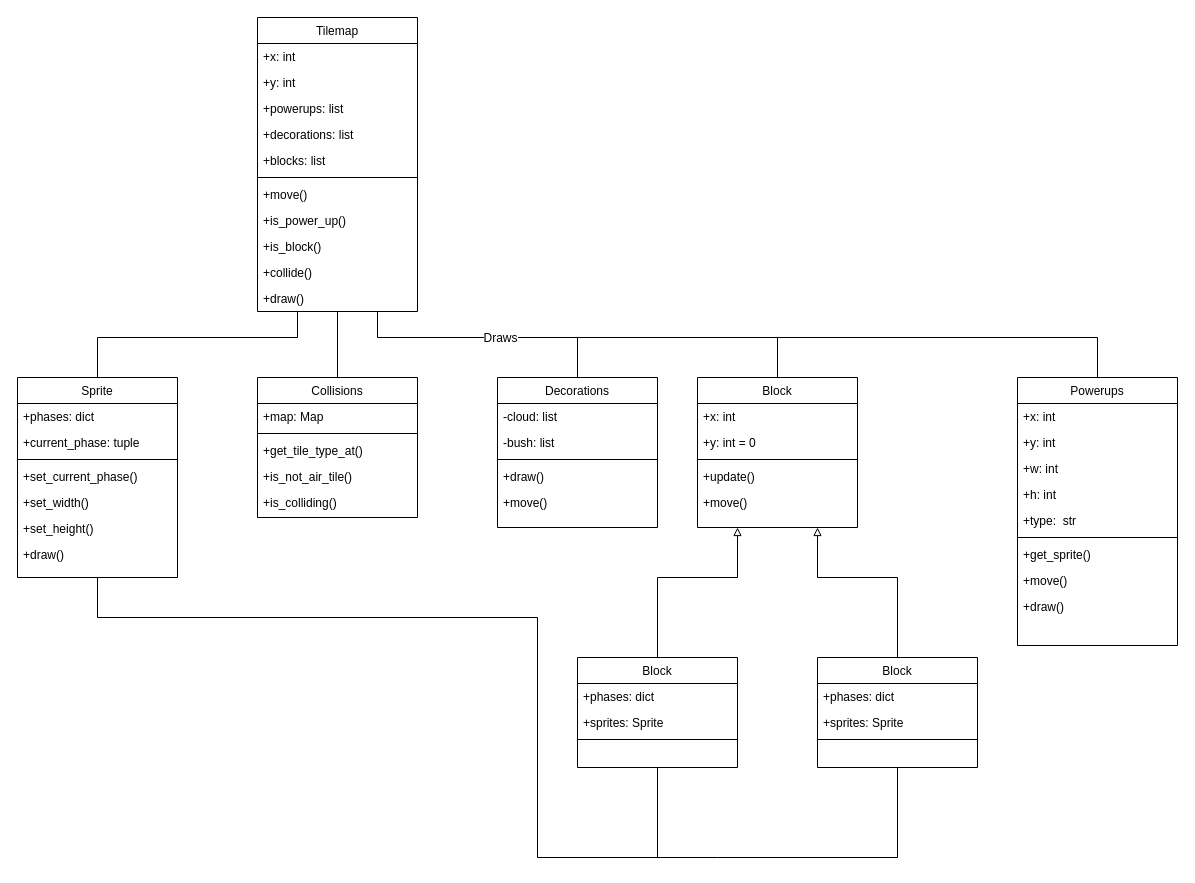
Before: page "Tilemap Package" (2 of 3) of ClassDiagram.drawio in Adamfk1/super-mario-pyxel, a draw.io diagram. Source tidied: cells renumbered, new cells numbered last; positions are measured from the earlier drawing's top-left corner, leaving out a move shared by most shapes. Both pictures are drawn from the tidied source at 100%, with x=0, y=0 at pixel (17, 17).
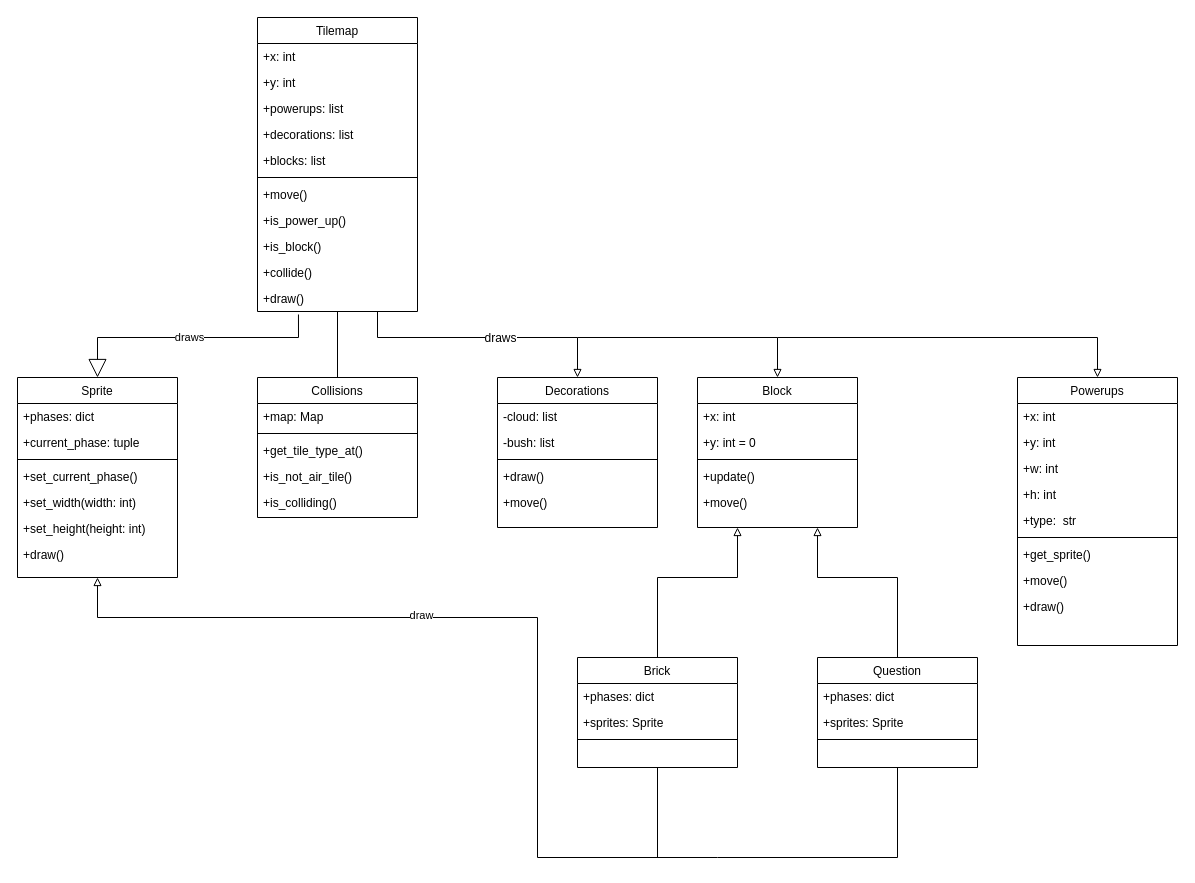
Above is the later version.

The change refers to these unchanged cells:
```xml
<mxCell id="3" value="Tilemap" style="swimlane;fontStyle=0;align=center;verticalAlign=top;horizontal=1;startSize=26;rounded=0;shadow=0;strokeWidth=1;" parent="1" vertex="1">
  <mxGeometry x="240" width="160" height="294" as="geometry" />
</mxCell>
<mxCell id="14" value="+draw()" style="text;align=left;verticalAlign=top;spacingLeft=4;spacingRight=4;overflow=hidden;points=[[0,0.5],[1,0.5]];portConstraint=eastwest;rounded=0;shadow=0;html=0;" parent="3" vertex="1">
  <mxGeometry y="268" width="160" height="26" as="geometry" />
</mxCell>
<mxCell id="17" value="Decorations" style="swimlane;fontStyle=0;align=center;verticalAlign=top;horizontal=1;startSize=26;rounded=0;shadow=0;strokeWidth=1;" parent="1" vertex="1">
  <mxGeometry x="480" y="360" width="160" height="150" as="geometry" />
</mxCell>
<mxCell id="24" value="Sprite" style="swimlane;fontStyle=0;align=center;verticalAlign=top;horizontal=1;startSize=26;rounded=0;shadow=0;strokeWidth=1;" parent="1" vertex="1">
  <mxGeometry y="360" width="160" height="200" as="geometry" />
</mxCell>
<mxCell id="39" value="Block" style="swimlane;fontStyle=0;align=center;verticalAlign=top;horizontal=1;startSize=26;rounded=0;shadow=0;strokeWidth=1;" parent="1" vertex="1">
  <mxGeometry x="680" y="360" width="160" height="150" as="geometry" />
</mxCell>
<mxCell id="47" value="Powerups" style="swimlane;fontStyle=0;align=center;verticalAlign=top;horizontal=1;startSize=26;rounded=0;shadow=0;strokeWidth=1;" parent="1" vertex="1">
  <mxGeometry x="1000" y="360" width="160" height="268" as="geometry" />
</mxCell>
```

Change to the diagram source:
```diff
@@
-    <mxCell id="2" style="edgeStyle=none;rounded=0;jettySize=auto;html=1;exitX=0.25;exitY=1;exitDx=0;exitDy=0;entryX=0.5;entryY=0;entryDx=0;entryDy=0;startArrow=none;startFill=0;endArrow=none;endFill=0;sourcePerimeterSpacing=8;targetPerimeterSpacing=8;" parent="1" edge="1" source="3" target="24">
-      <mxGeometry relative="1" as="geometry">
-        <Array as="points">
-          <mxPoint x="280" y="320" />
-          <mxPoint x="80" y="320" />
-        </Array>
-      </mxGeometry>
-    </mxCell>
@@
-    <mxCell id="15" style="edgeStyle=none;rounded=0;jettySize=auto;html=1;entryX=0.75;entryY=1;entryDx=0;entryDy=0;startArrow=none;startFill=0;endArrow=none;endFill=0;sourcePerimeterSpacing=8;targetPerimeterSpacing=8;exitX=0.5;exitY=0;exitDx=0;exitDy=0;" parent="1" edge="1" source="17" target="3">
+    <mxCell id="15" style="edgeStyle=none;rounded=0;jettySize=auto;html=1;entryX=0.75;entryY=1;entryDx=0;entryDy=0;startArrow=block;startFill=0;endArrow=none;endFill=0;sourcePerimeterSpacing=8;targetPerimeterSpacing=8;exitX=0.5;exitY=0;exitDx=0;exitDy=0;" parent="1" edge="1" source="17" target="3">
       <mxGeometry relative="1" as="geometry">
         <Array as="points">
           <mxPoint x="560" y="320" />
           <mxPoint x="360" y="320" />
         </Array>
       </mxGeometry>
     </mxCell>
-    <mxCell id="16" value="&lt;font style=&quot;font-size: 12px&quot;&gt;Draws&lt;/font&gt;" style="edgeLabel;html=1;align=center;verticalAlign=middle;fontSize=12;" parent="15" vertex="1">
+    <mxCell id="16" value="&lt;font style=&quot;font-size: 12px&quot;&gt;draws&lt;/font&gt;" style="edgeLabel;html=1;align=center;verticalAlign=middle;fontSize=12;" parent="15" vertex="1">
       <mxGeometry x="-0.11" relative="1" as="geometry" />
     </mxCell>
@@
-    <mxCell id="23" style="edgeStyle=none;rounded=0;jettySize=auto;html=1;exitX=0.5;exitY=1;exitDx=0;exitDy=0;startArrow=none;startFill=0;endArrow=none;endFill=0;sourcePerimeterSpacing=8;targetPerimeterSpacing=8;entryX=0.5;entryY=1;entryDx=0;entryDy=0;" parent="1" edge="1" source="24" target="62">
+    <mxCell id="23" style="edgeStyle=none;rounded=0;jettySize=auto;html=1;exitX=0.5;exitY=1;exitDx=0;exitDy=0;startArrow=block;startFill=0;endArrow=none;endFill=0;sourcePerimeterSpacing=8;targetPerimeterSpacing=8;entryX=0.5;entryY=1;entryDx=0;entryDy=0;" parent="1" edge="1" source="24" target="62">
       <mxGeometry relative="1" as="geometry">
         <Array as="points">
           <mxPoint x="80" y="600" />
           <mxPoint x="520" y="600" />
           <mxPoint x="520" y="840" />
           <mxPoint x="700" y="840" />
           <mxPoint x="880" y="840" />
         </Array>
       </mxGeometry>
     </mxCell>
+    <mxCell id="68" value="draw" style="edgeLabel;html=1;align=center;verticalAlign=middle;" parent="23" vertex="1">
+      <mxGeometry x="-0.38" y="3" relative="1" as="geometry" />
+    </mxCell>
@@
-    <mxCell id="29" value="+set_width()" style="text;align=left;verticalAlign=top;spacingLeft=4;spacingRight=4;overflow=hidden;rounded=0;shadow=0;html=0;" parent="24" vertex="1">
+    <mxCell id="29" value="+set_width(width: int)" style="text;align=left;verticalAlign=top;spacingLeft=4;spacingRight=4;overflow=hidden;rounded=0;shadow=0;html=0;" parent="24" vertex="1">
       <mxGeometry y="112" width="160" height="26" as="geometry" />
     </mxCell>
-    <mxCell id="30" value="+set_height()" style="text;align=left;verticalAlign=top;spacingLeft=4;spacingRight=4;overflow=hidden;rounded=0;shadow=0;html=0;" parent="24" vertex="1">
+    <mxCell id="30" value="+set_height(height: int)" style="text;align=left;verticalAlign=top;spacingLeft=4;spacingRight=4;overflow=hidden;rounded=0;shadow=0;html=0;" parent="24" vertex="1">
       <mxGeometry y="138" width="160" height="26" as="geometry" />
     </mxCell>
@@
-    <mxCell id="45" style="edgeStyle=none;jettySize=auto;html=1;rounded=0;fontSize=12;startArrow=none;startFill=0;endArrow=none;endFill=0;sourcePerimeterSpacing=8;targetPerimeterSpacing=8;entryX=0.5;entryY=0;entryDx=0;entryDy=0;" parent="1" edge="1" target="39">
+    <mxCell id="45" style="edgeStyle=none;jettySize=auto;html=1;rounded=0;fontSize=12;startArrow=none;startFill=0;endArrow=block;endFill=0;sourcePerimeterSpacing=8;targetPerimeterSpacing=8;entryX=0.5;entryY=0;entryDx=0;entryDy=0;" parent="1" edge="1" target="39">
       <mxGeometry relative="1" as="geometry">
         <mxPoint x="560" y="320" as="sourcePoint" />
         <Array as="points">
           <mxPoint x="760" y="320" />
         </Array>
       </mxGeometry>
     </mxCell>
-    <mxCell id="46" style="edgeStyle=none;jettySize=auto;html=1;rounded=0;fontSize=12;startArrow=none;startFill=0;endArrow=none;endFill=0;sourcePerimeterSpacing=8;targetPerimeterSpacing=8;entryX=0.5;entryY=0;entryDx=0;entryDy=0;" parent="1" edge="1" target="47">
+    <mxCell id="46" style="edgeStyle=none;jettySize=auto;html=1;rounded=0;fontSize=12;startArrow=none;startFill=0;endArrow=block;endFill=0;sourcePerimeterSpacing=8;targetPerimeterSpacing=8;entryX=0.5;entryY=0;entryDx=0;entryDy=0;" parent="1" edge="1" target="47">
       <mxGeometry relative="1" as="geometry">
         <mxPoint x="760" y="320" as="sourcePoint" />
         <Array as="points">
           <mxPoint x="1080" y="320" />
         </Array>
       </mxGeometry>
     </mxCell>
@@
-    <mxCell id="58" value="Block" style="swimlane;fontStyle=0;align=center;verticalAlign=top;horizontal=1;startSize=26;rounded=0;shadow=0;strokeWidth=1;" parent="1" vertex="1">
+    <mxCell id="58" value="Brick" style="swimlane;fontStyle=0;align=center;verticalAlign=top;horizontal=1;startSize=26;rounded=0;shadow=0;strokeWidth=1;" parent="1" vertex="1">
       <mxGeometry x="560" y="640" width="160" height="110" as="geometry" />
     </mxCell>
@@
-    <mxCell id="62" value="Block" style="swimlane;fontStyle=0;align=center;verticalAlign=top;horizontal=1;startSize=26;rounded=0;shadow=0;strokeWidth=1;" parent="1" vertex="1">
+    <mxCell id="62" value="Question" style="swimlane;fontStyle=0;align=center;verticalAlign=top;horizontal=1;startSize=26;rounded=0;shadow=0;strokeWidth=1;" parent="1" vertex="1">
       <mxGeometry x="800" y="640" width="160" height="110" as="geometry" />
     </mxCell>
@@
+    <mxCell id="69" value="draws" style="endArrow=block;endSize=16;endFill=0;html=1;rounded=0;entryX=0.5;entryY=0;entryDx=0;entryDy=0;exitX=0.256;exitY=1.115;exitDx=0;exitDy=0;exitPerimeter=0;" parent="1" edge="1" source="14">
+      <mxGeometry relative="1" as="geometry">
+        <mxPoint x="80" y="360" as="targetPoint" />
+        <Array as="points">
+          <mxPoint x="281" y="320" />
+          <mxPoint x="80" y="320" />
+        </Array>
+      </mxGeometry>
+    </mxCell>
```
